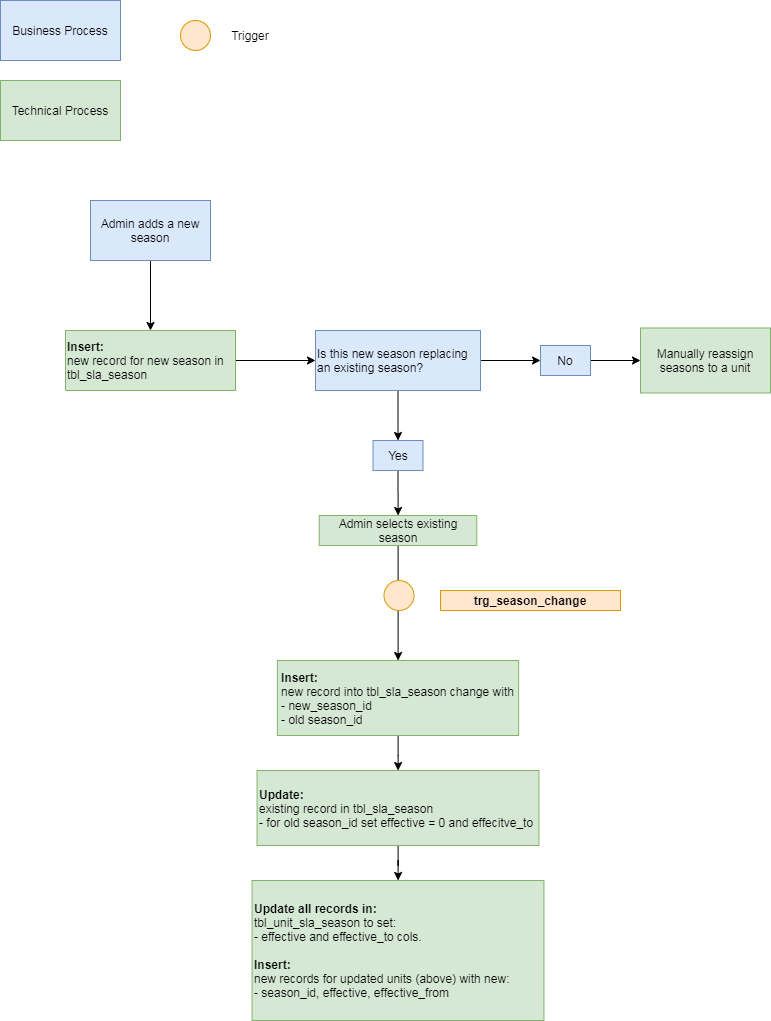
Before: trg_season_change.png, a diagram exported from draw.io (NYC-Parks/SLADB). Source tidied: cells renumbered, new cells last; positions are measured from the earlier drawing's top-left corner, leaving out a move shared by most shapes. Source of this version:
```xml
<mxGraphModel>
  <root>
    <mxCell id="0" />
    <mxCell id="1" parent="0" />
    <mxCell id="2" value="Business Process" style="rounded=0;whiteSpace=wrap;html=1;fillColor=#dae8fc;strokeColor=#6c8ebf;" parent="1" vertex="1">
      <mxGeometry width="120" height="60" as="geometry" />
    </mxCell>
    <mxCell id="3" value="Technical Process" style="rounded=0;whiteSpace=wrap;html=1;fillColor=#d5e8d4;strokeColor=#82b366;" parent="1" vertex="1">
      <mxGeometry y="80" width="120" height="60" as="geometry" />
    </mxCell>
    <mxCell id="4" style="ellipse;whiteSpace=wrap;html=1;fillColor=#ffe6cc;strokeColor=#d79b00;" parent="1" vertex="1">
      <mxGeometry x="180" y="20" width="30" height="30" as="geometry" />
    </mxCell>
    <mxCell id="5" value="Trigger" style="text;html=1;strokeColor=none;fillColor=none;align=center;verticalAlign=middle;whiteSpace=wrap;rounded=0;" parent="1" vertex="1">
      <mxGeometry x="230" y="25" width="40" height="20" as="geometry" />
    </mxCell>
    <mxCell id="6" style="edgeStyle=orthogonalEdgeStyle;rounded=0;jettySize=auto;html=1;" parent="1" edge="1" source="7" target="9">
      <mxGeometry relative="1" as="geometry" />
    </mxCell>
    <mxCell id="7" value="Admin adds a new season" style="rounded=0;whiteSpace=wrap;html=1;fillColor=#dae8fc;strokeColor=#6c8ebf;" parent="1" vertex="1">
      <mxGeometry x="90" y="200" width="120" height="60" as="geometry" />
    </mxCell>
    <mxCell id="8" style="edgeStyle=orthogonalEdgeStyle;rounded=0;jettySize=auto;html=1;" parent="1" edge="1" source="9" target="12">
      <mxGeometry relative="1" as="geometry" />
    </mxCell>
    <mxCell id="9" value="&lt;b&gt;Insert:&lt;/b&gt;&lt;br&gt;new record for new season in tbl_sla_season" style="rounded=0;whiteSpace=wrap;html=1;fillColor=#d5e8d4;strokeColor=#82b366;align=left;" parent="1" vertex="1">
      <mxGeometry x="65" y="330" width="170" height="60" as="geometry" />
    </mxCell>
    <mxCell id="10" style="edgeStyle=orthogonalEdgeStyle;rounded=0;jettySize=auto;html=1;" parent="1" edge="1" source="12" target="23">
      <mxGeometry relative="1" as="geometry" />
    </mxCell>
    <mxCell id="11" style="edgeStyle=orthogonalEdgeStyle;rounded=0;jettySize=auto;html=1;" parent="1" edge="1" source="12" target="14">
      <mxGeometry relative="1" as="geometry" />
    </mxCell>
    <mxCell id="12" value="Is this new season replacing an existing season?" style="rounded=0;whiteSpace=wrap;html=1;fillColor=#dae8fc;strokeColor=#6c8ebf;align=left;" parent="1" vertex="1">
      <mxGeometry x="315" y="330" width="165" height="60" as="geometry" />
    </mxCell>
    <mxCell id="13" style="edgeStyle=orthogonalEdgeStyle;rounded=0;jettySize=auto;html=1;" parent="1" edge="1" source="14" target="16">
      <mxGeometry relative="1" as="geometry" />
    </mxCell>
    <mxCell id="14" value="Yes" style="rounded=0;whiteSpace=wrap;html=1;fillColor=#dae8fc;strokeColor=#6c8ebf;align=center;" parent="1" vertex="1">
      <mxGeometry x="372.5" y="440" width="50" height="30" as="geometry" />
    </mxCell>
    <mxCell id="15" style="edgeStyle=orthogonalEdgeStyle;rounded=0;jettySize=auto;html=1;" parent="1" edge="1" source="16" target="18">
      <mxGeometry relative="1" as="geometry" />
    </mxCell>
    <mxCell id="16" value="Admin selects existing season&lt;br&gt;" style="rounded=0;whiteSpace=wrap;html=1;fillColor=#d5e8d4;strokeColor=#82b366;align=center;" parent="1" vertex="1">
      <mxGeometry x="318.8" y="515" width="157.5" height="30" as="geometry" />
    </mxCell>
    <mxCell id="17" style="edgeStyle=orthogonalEdgeStyle;rounded=0;jettySize=auto;html=1;" parent="1" edge="1" source="18" target="20">
      <mxGeometry relative="1" as="geometry" />
    </mxCell>
    <mxCell id="18" value="&lt;div style=&quot;text-align: left&quot;&gt;&lt;b&gt;Insert:&lt;/b&gt;&lt;/div&gt;&lt;div style=&quot;text-align: left&quot;&gt;&lt;span&gt;new record into tbl_sla_season change with&lt;/span&gt;&lt;/div&gt;&lt;div style=&quot;text-align: left&quot;&gt;&lt;span&gt;- new_season_id&lt;/span&gt;&lt;/div&gt;&lt;div style=&quot;text-align: left&quot;&gt;&lt;span&gt;- old season_id&lt;/span&gt;&lt;/div&gt;" style="rounded=0;whiteSpace=wrap;html=1;fillColor=#d5e8d4;strokeColor=#82b366;align=center;" parent="1" vertex="1">
      <mxGeometry x="276.9" y="660" width="241.2" height="75" as="geometry" />
    </mxCell>
    <mxCell id="19" style="edgeStyle=orthogonalEdgeStyle;rounded=0;jettySize=auto;html=1;" parent="1" edge="1" source="20" target="21">
      <mxGeometry relative="1" as="geometry" />
    </mxCell>
    <mxCell id="20" value="&lt;div style=&quot;&quot;&gt;&lt;b&gt;Update:&lt;/b&gt;&lt;/div&gt;&lt;div style=&quot;&quot;&gt;existing record in tbl_sla_season&lt;/div&gt;&lt;div style=&quot;&quot;&gt;- for old season_id set effective = 0 and effecitve_to&lt;/div&gt;" style="rounded=0;whiteSpace=wrap;html=1;fillColor=#d5e8d4;strokeColor=#82b366;align=left;" parent="1" vertex="1">
      <mxGeometry x="256.6" y="770" width="281.9" height="75" as="geometry" />
    </mxCell>
    <mxCell id="21" value="&lt;div&gt;&lt;b&gt;Update all records in:&lt;/b&gt;&lt;/div&gt;&lt;div&gt;&lt;span&gt;tbl_unit_sla_season to set:&lt;/span&gt;&lt;br&gt;&lt;/div&gt;&lt;div&gt;&lt;span&gt;- effective and effective_to cols.&lt;/span&gt;&lt;/div&gt;&lt;div&gt;&lt;span&gt;&lt;br&gt;&lt;/span&gt;&lt;/div&gt;&lt;div&gt;&lt;span&gt;&lt;b&gt;Insert:&lt;/b&gt;&lt;/span&gt;&lt;/div&gt;&lt;div&gt;&lt;span&gt;new records for updated units (above) with new:&lt;/span&gt;&lt;/div&gt;&lt;div&gt;&lt;span&gt;- season_id, effective, effective_from&lt;/span&gt;&lt;/div&gt;" style="rounded=0;whiteSpace=wrap;html=1;fillColor=#d5e8d4;strokeColor=#82b366;align=left;" parent="1" vertex="1">
      <mxGeometry x="251.6" y="880" width="291.9" height="140" as="geometry" />
    </mxCell>
    <mxCell id="22" style="edgeStyle=orthogonalEdgeStyle;rounded=0;jettySize=auto;html=1;" parent="1" edge="1" source="23" target="24">
      <mxGeometry relative="1" as="geometry" />
    </mxCell>
    <mxCell id="23" value="No" style="rounded=0;whiteSpace=wrap;html=1;fillColor=#dae8fc;strokeColor=#6c8ebf;align=center;" parent="1" vertex="1">
      <mxGeometry x="540" y="345" width="50" height="30" as="geometry" />
    </mxCell>
    <mxCell id="24" value="Manually reassign seasons to a unit" style="rounded=0;whiteSpace=wrap;html=1;fillColor=#d5e8d4;strokeColor=#82b366;align=center;" parent="1" vertex="1">
      <mxGeometry x="640" y="327.5" width="130" height="65" as="geometry" />
    </mxCell>
    <mxCell id="25" style="ellipse;whiteSpace=wrap;html=1;fillColor=#ffe6cc;strokeColor=#d79b00;" parent="1" vertex="1">
      <mxGeometry x="383.5" y="580" width="30" height="30" as="geometry" />
    </mxCell>
    <mxCell id="26" value="&lt;b&gt;trg_season_change&lt;/b&gt;" style="text;html=1;strokeColor=#d79b00;fillColor=#ffe6cc;align=center;verticalAlign=middle;whiteSpace=wrap;rounded=0;" parent="1" vertex="1">
      <mxGeometry x="440" y="590" width="180" height="20" as="geometry" />
    </mxCell>
  </root>
</mxGraphModel>
```
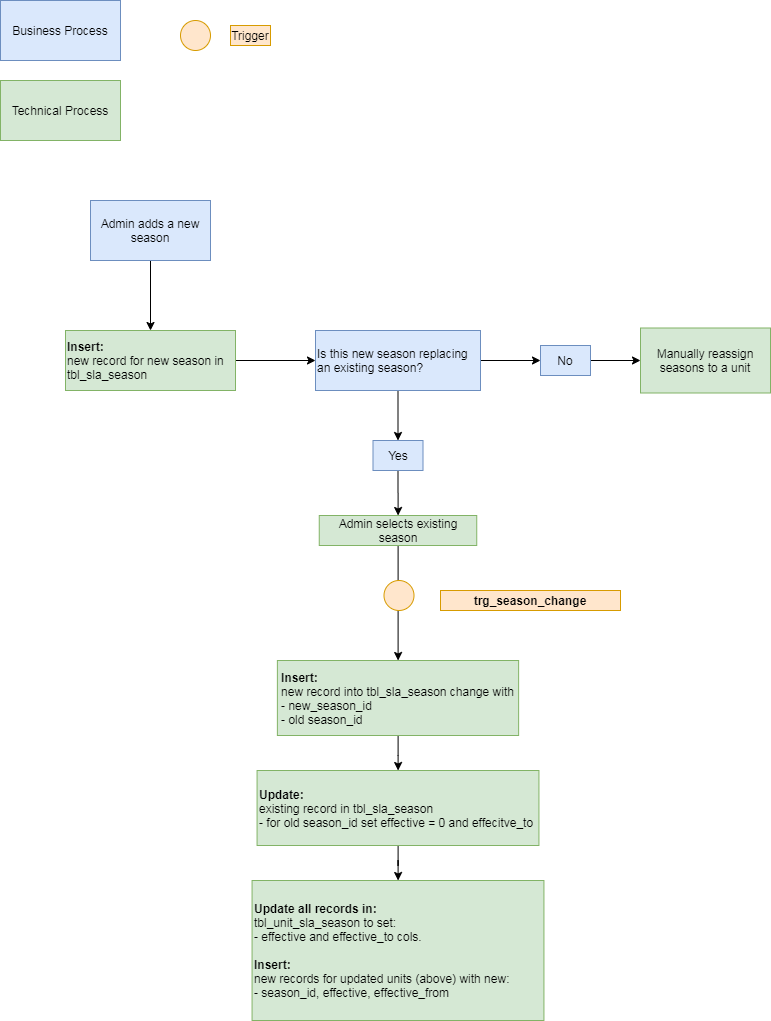
The same file after the commit.

Diff of the diagram source:
```diff
@@ -11,7 +11,7 @@
     <mxCell id="4" style="ellipse;whiteSpace=wrap;html=1;fillColor=#ffe6cc;strokeColor=#d79b00;" parent="1" vertex="1">
       <mxGeometry x="180" y="20" width="30" height="30" as="geometry" />
     </mxCell>
-    <mxCell id="5" value="Trigger" style="text;html=1;strokeColor=none;fillColor=none;align=center;verticalAlign=middle;whiteSpace=wrap;rounded=0;" parent="1" vertex="1">
+    <mxCell id="5" value="Trigger" style="text;html=1;strokeColor=#d79b00;fillColor=#ffe6cc;align=center;verticalAlign=middle;whiteSpace=wrap;rounded=0;" parent="1" vertex="1">
       <mxGeometry x="230" y="25" width="40" height="20" as="geometry" />
     </mxCell>
     <mxCell id="6" style="edgeStyle=orthogonalEdgeStyle;rounded=0;jettySize=auto;html=1;" parent="1" edge="1" source="7" target="9">
```
